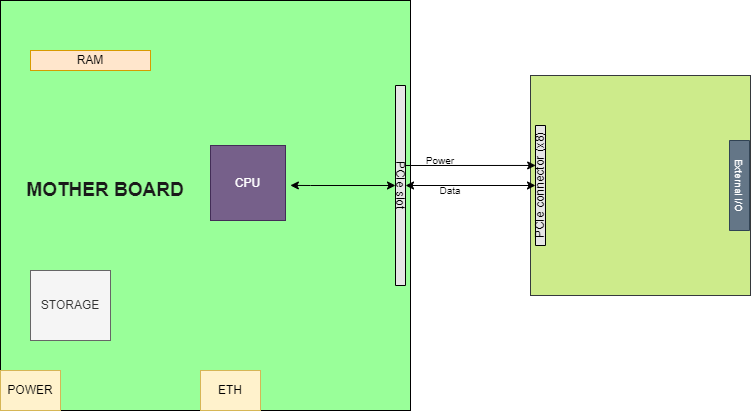
Before: Motherboard Integration.drawio.png, a diagram exported from draw.io (belanasaikiran/FlowCharts). Source tidied: cells renumbered, new cells last; positions are measured from the earlier drawing's top-left corner, leaving out a move shared by most shapes.
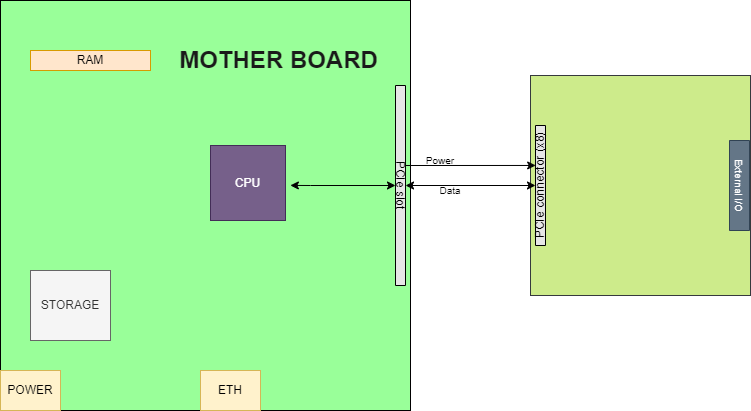
After the change.

What changed in the source:
```diff
@@ -48,8 +48,8 @@
     <mxCell id="15" value="ETH" style="rounded=0;whiteSpace=wrap;html=1;fillColor=#fff2cc;strokeColor=#d6b656;" parent="1" vertex="1">
       <mxGeometry x="200" y="370" width="60" height="40" as="geometry" />
     </mxCell>
-    <mxCell id="16" value="MOTHER BOARD" style="text;html=1;strokeColor=none;fillColor=none;align=center;verticalAlign=middle;whiteSpace=wrap;rounded=0;fontStyle=1;fontSize=19;fontColor=#1A1A1A;" parent="1" vertex="1">
-      <mxGeometry x="10" y="155" width="190" height="70" as="geometry" />
+    <mxCell id="16" value="MOTHER BOARD" style="text;html=1;strokeColor=none;fillColor=none;align=center;verticalAlign=middle;whiteSpace=wrap;rounded=0;fontStyle=1;fontSize=24;fontColor=#1A1A1A;" parent="1" vertex="1">
+      <mxGeometry x="170" y="20" width="217.1" height="80" as="geometry" />
     </mxCell>
     <mxCell id="17" value="POWER" style="rounded=0;whiteSpace=wrap;html=1;fillColor=#fff2cc;strokeColor=#d6b656;" parent="1" vertex="1">
       <mxGeometry y="370" width="60" height="40" as="geometry" />
```
